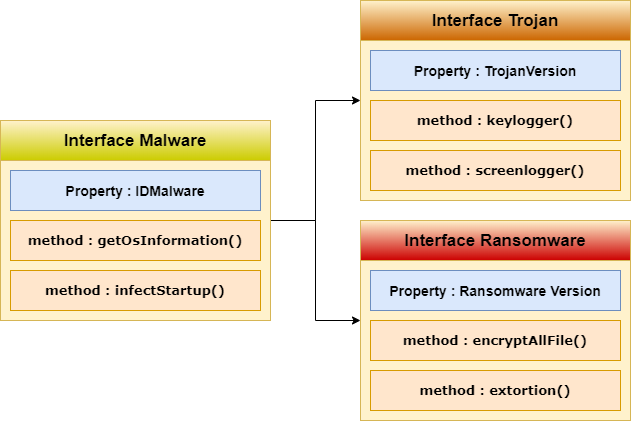
This is Assets/Interface-Malware.png from gungunfebrianza/Belajar-Dengan-Jenius-DenoTheWKWKLand, a draw.io export, as it was before one commit. Source tidied: cells renumbered, new cells last; positions are measured from the earlier drawing's top-left corner, leaving out a move shared by most shapes.
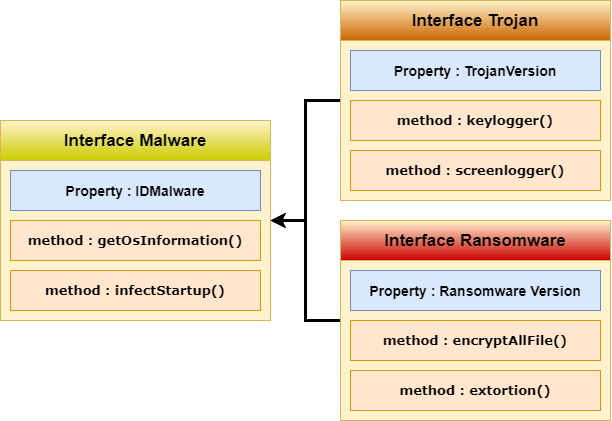
After the change.

Commit message:
Add Asset InterfaceMalware

Diff of the diagram source:
```diff
@@ -2,27 +2,24 @@
   <root>
     <mxCell id="0" />
     <mxCell id="1" parent="0" />
-    <mxCell id="2" style="edgeStyle=orthogonalEdgeStyle;rounded=0;jettySize=auto;html=1;exitX=1;exitY=0.5;exitDx=0;exitDy=0;" parent="1" edge="1" source="4" target="9">
-      <mxGeometry relative="1" as="geometry" />
-    </mxCell>
-    <mxCell id="3" style="edgeStyle=orthogonalEdgeStyle;rounded=0;jettySize=auto;html=1;exitX=1;exitY=0.5;exitDx=0;exitDy=0;" parent="1" edge="1" source="4" target="14">
-      <mxGeometry relative="1" as="geometry" />
-    </mxCell>
     <mxCell id="4" style="rounded=0;whiteSpace=wrap;html=1;fillColor=#fff2cc;strokeColor=#d6b656;" parent="1" vertex="1">
-      <mxGeometry y="120" width="270" height="200" as="geometry" />
+      <mxGeometry x="20" y="120" width="270" height="200" as="geometry" />
     </mxCell>
     <mxCell id="5" value="&lt;b&gt;&lt;font style=&quot;font-size: 17px&quot;&gt;Interface Malware&lt;/font&gt;&lt;/b&gt;" style="rounded=0;whiteSpace=wrap;html=1;fillColor=#fff2cc;strokeColor=#d6b656;gradientColor=#CCCC00;" parent="1" vertex="1">
-      <mxGeometry y="120" width="270" height="40" as="geometry" />
+      <mxGeometry x="20" y="120" width="270" height="40" as="geometry" />
     </mxCell>
     <mxCell id="6" value="&lt;b&gt;&lt;font style=&quot;font-size: 14px&quot;&gt;Property : IDMalware&lt;/font&gt;&lt;/b&gt;" style="rounded=0;whiteSpace=wrap;html=1;fillColor=#dae8fc;strokeColor=#6c8ebf;" parent="1" vertex="1">
-      <mxGeometry x="10" y="170" width="250" height="40" as="geometry" />
+      <mxGeometry x="30" y="170" width="250" height="40" as="geometry" />
     </mxCell>
     <mxCell id="7" value="&lt;b&gt;&lt;font face=&quot;Verdana&quot; style=&quot;font-size: 13px&quot;&gt;method : getOsInformation()&lt;/font&gt;&lt;/b&gt;" style="rounded=0;whiteSpace=wrap;html=1;fillColor=#ffe6cc;strokeColor=#d79b00;" parent="1" vertex="1">
-      <mxGeometry x="10" y="220" width="250" height="40" as="geometry" />
+      <mxGeometry x="30" y="220" width="250" height="40" as="geometry" />
     </mxCell>
     <mxCell id="8" value="&lt;b&gt;&lt;font face=&quot;Verdana&quot; style=&quot;font-size: 13px&quot;&gt;method : infectStartup()&lt;/font&gt;&lt;/b&gt;" style="rounded=0;whiteSpace=wrap;html=1;fillColor=#ffe6cc;strokeColor=#d79b00;" parent="1" vertex="1">
-      <mxGeometry x="10" y="270" width="250" height="40" as="geometry" />
+      <mxGeometry x="30" y="270" width="250" height="40" as="geometry" />
     </mxCell>
+    <mxCell id="19" style="edgeStyle=orthogonalEdgeStyle;rounded=0;jettySize=auto;html=1;exitX=0;exitY=0.5;exitDx=0;exitDy=0;entryX=1;entryY=0.5;entryDx=0;entryDy=0;strokeWidth=3;" parent="1" edge="1" source="9" target="4">
+      <mxGeometry relative="1" as="geometry" />
+    </mxCell>
     <mxCell id="9" style="rounded=0;whiteSpace=wrap;html=1;fillColor=#fff2cc;strokeColor=#d6b656;" parent="1" vertex="1">
       <mxGeometry x="360" width="270" height="200" as="geometry" />
     </mxCell>
@@ -38,6 +35,9 @@
     <mxCell id="13" value="&lt;b&gt;&lt;font face=&quot;Verdana&quot; style=&quot;font-size: 13px&quot;&gt;method : screenlogger()&lt;/font&gt;&lt;/b&gt;" style="rounded=0;whiteSpace=wrap;html=1;fillColor=#ffe6cc;strokeColor=#d79b00;" parent="1" vertex="1">
       <mxGeometry x="370" y="150" width="250" height="40" as="geometry" />
     </mxCell>
+    <mxCell id="20" style="edgeStyle=orthogonalEdgeStyle;rounded=0;jettySize=auto;html=1;exitX=0;exitY=0.5;exitDx=0;exitDy=0;strokeWidth=3;" parent="1" edge="1" source="14" target="4">
+      <mxGeometry relative="1" as="geometry" />
+    </mxCell>
     <mxCell id="14" style="rounded=0;whiteSpace=wrap;html=1;fillColor=#fff2cc;strokeColor=#d6b656;" parent="1" vertex="1">
       <mxGeometry x="360" y="220" width="270" height="200" as="geometry" />
     </mxCell>
```
